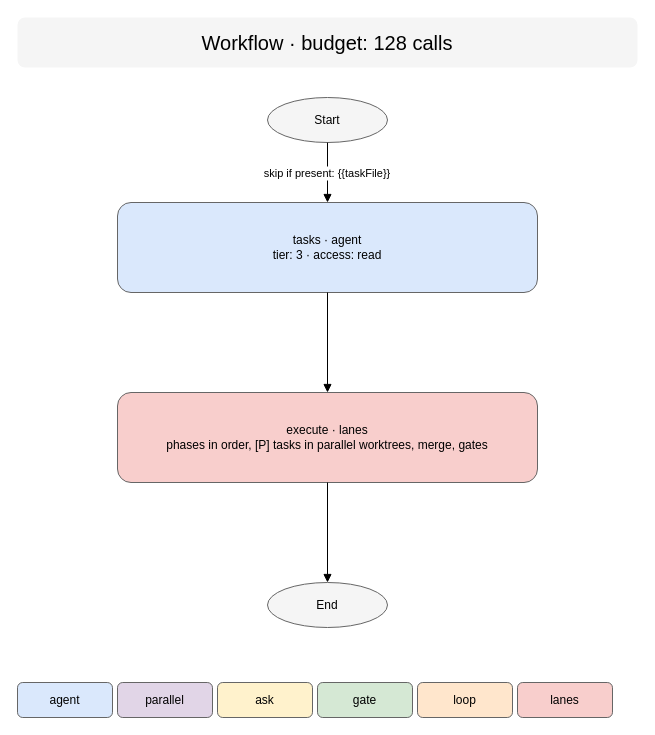
Earlier version of the draw.io diagram workflows/code/workflow.drawio (Soliman-Elhassanein/Agents-Orchestrator-Skill). Source tidied: cells renumbered, new cells numbered last; positions are measured from the earlier drawing's top-left corner, leaving out a move shared by most shapes. Both pictures are drawn from the tidied source at 100%, with x=0, y=0 at pixel (17, 17).
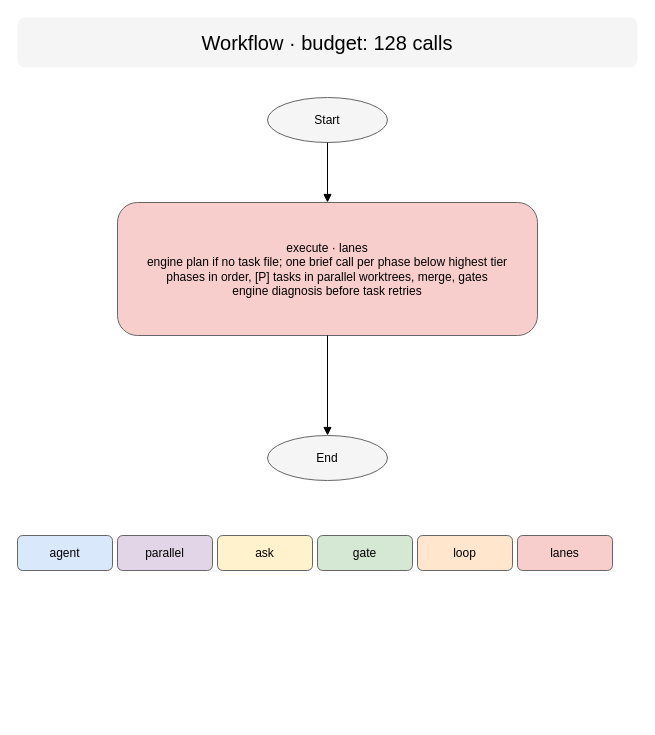
After the change.

Change to the diagram source:
```diff
@@
 <mxGraphModel>
   <root>
     <mxCell id="0" />
     <mxCell id="1" parent="0" />
     <mxCell id="2" value="Workflow · budget: 128 calls" style="rounded=1;whiteSpace=wrap;html=0;fillColor=#f5f5f5;strokeColor=#666666;fontSize=20;strokeColor=none;" parent="1" vertex="1">
       <mxGeometry width="620" height="50" as="geometry" />
     </mxCell>
     <mxCell id="3" value="Start" style="rounded=1;whiteSpace=wrap;html=0;fillColor=#f5f5f5;strokeColor=#666666;ellipse;" parent="1" vertex="1">
       <mxGeometry x="250" y="80" width="120" height="45" as="geometry" />
     </mxCell>
-    <mxCell id="4" value="tasks · agent&#10;tier: 3 · access: read" style="rounded=1;whiteSpace=wrap;html=0;fillColor=#dae8fc;strokeColor=#666666;" parent="1" vertex="1">
-      <mxGeometry x="100" y="185" width="420" height="90" as="geometry" />
+    <mxCell id="4" value="execute · lanes&#10;engine plan if no task file; one brief call per phase below highest tier&#10;phases in order, [P] tasks in parallel worktrees, merge, gates&#10;engine diagnosis before task retries" style="rounded=1;whiteSpace=wrap;html=0;fillColor=#f8cecc;strokeColor=#666666;" parent="1" vertex="1">
+      <mxGeometry x="100" y="185" width="420" height="133" as="geometry" />
     </mxCell>
-    <mxCell id="5" value="skip if present: {{taskFile}}" style="edgeStyle=orthogonalEdgeStyle;rounded=0;html=0;endArrow=block;" parent="1" edge="1" source="3" target="4">
+    <mxCell id="5" style="edgeStyle=orthogonalEdgeStyle;rounded=0;html=0;endArrow=block;" parent="1" edge="1" source="3" target="4">
       <mxGeometry relative="1" as="geometry" />
     </mxCell>
-    <mxCell id="6" value="execute · lanes&#10;phases in order, [P] tasks in parallel worktrees, merge, gates" style="rounded=1;whiteSpace=wrap;html=0;fillColor=#f8cecc;strokeColor=#666666;" parent="1" vertex="1">
-      <mxGeometry x="100" y="375" width="420" height="90" as="geometry" />
+    <mxCell id="6" value="End" style="rounded=1;whiteSpace=wrap;html=0;fillColor=#f5f5f5;strokeColor=#666666;ellipse;" parent="1" vertex="1">
+      <mxGeometry x="250" y="418" width="120" height="45" as="geometry" />
     </mxCell>
     <mxCell id="7" style="edgeStyle=orthogonalEdgeStyle;rounded=0;html=0;endArrow=block;" parent="1" edge="1" source="4" target="6">
       <mxGeometry relative="1" as="geometry" />
     </mxCell>
-    <mxCell id="8" value="End" style="rounded=1;whiteSpace=wrap;html=0;fillColor=#f5f5f5;strokeColor=#666666;ellipse;" parent="1" vertex="1">
-      <mxGeometry x="250" y="565" width="120" height="45" as="geometry" />
+    <mxCell id="8" value="agent" style="rounded=1;whiteSpace=wrap;html=0;fillColor=#dae8fc;strokeColor=#666666;fontSize=12;" parent="1" vertex="1">
+      <mxGeometry y="518" width="95" height="35" as="geometry" />
     </mxCell>
-    <mxCell id="9" style="edgeStyle=orthogonalEdgeStyle;rounded=0;html=0;endArrow=block;" parent="1" edge="1" source="6" target="8">
-      <mxGeometry relative="1" as="geometry" />
-    </mxCell>
+    <mxCell id="16" value="parallel" style="rounded=1;whiteSpace=wrap;html=0;fillColor=#e1d5e7;strokeColor=#666666;fontSize=12;" parent="1" vertex="1">
+      <mxGeometry x="100" y="518" width="95" height="35" as="geometry" />
+    </mxCell>
-    <mxCell id="10" value="agent" style="rounded=1;whiteSpace=wrap;html=0;fillColor=#dae8fc;strokeColor=#666666;fontSize=12;" parent="1" vertex="1">
-      <mxGeometry y="665" width="95" height="35" as="geometry" />
+    <mxCell id="10" value="ask" style="rounded=1;whiteSpace=wrap;html=0;fillColor=#fff2cc;strokeColor=#666666;fontSize=12;" parent="1" vertex="1">
+      <mxGeometry x="200" y="518" width="95" height="35" as="geometry" />
     </mxCell>
-    <mxCell id="11" value="parallel" style="rounded=1;whiteSpace=wrap;html=0;fillColor=#e1d5e7;strokeColor=#666666;fontSize=12;" parent="1" vertex="1">
-      <mxGeometry x="100" y="665" width="95" height="35" as="geometry" />
+    <mxCell id="11" value="gate" style="rounded=1;whiteSpace=wrap;html=0;fillColor=#d5e8d4;strokeColor=#666666;fontSize=12;" parent="1" vertex="1">
+      <mxGeometry x="300" y="518" width="95" height="35" as="geometry" />
     </mxCell>
-    <mxCell id="12" value="ask" style="rounded=1;whiteSpace=wrap;html=0;fillColor=#fff2cc;strokeColor=#666666;fontSize=12;" parent="1" vertex="1">
-      <mxGeometry x="200" y="665" width="95" height="35" as="geometry" />
+    <mxCell id="12" value="loop" style="rounded=1;whiteSpace=wrap;html=0;fillColor=#ffe6cc;strokeColor=#666666;fontSize=12;" parent="1" vertex="1">
+      <mxGeometry x="400" y="518" width="95" height="35" as="geometry" />
     </mxCell>
-    <mxCell id="13" value="gate" style="rounded=1;whiteSpace=wrap;html=0;fillColor=#d5e8d4;strokeColor=#666666;fontSize=12;" parent="1" vertex="1">
-      <mxGeometry x="300" y="665" width="95" height="35" as="geometry" />
+    <mxCell id="13" value="lanes" style="rounded=1;whiteSpace=wrap;html=0;fillColor=#f8cecc;strokeColor=#666666;fontSize=12;" parent="1" vertex="1">
+      <mxGeometry x="500" y="518" width="95" height="35" as="geometry" />
     </mxCell>
-    <mxCell id="14" value="loop" style="rounded=1;whiteSpace=wrap;html=0;fillColor=#ffe6cc;strokeColor=#666666;fontSize=12;" parent="1" vertex="1">
-      <mxGeometry x="400" y="665" width="95" height="35" as="geometry" />
-    </mxCell>
-    <mxCell id="15" value="lanes" style="rounded=1;whiteSpace=wrap;html=0;fillColor=#f8cecc;strokeColor=#666666;fontSize=12;" parent="1" vertex="1">
-      <mxGeometry x="500" y="665" width="95" height="35" as="geometry" />
-    </mxCell>
   </root>
 </mxGraphModel>
```
